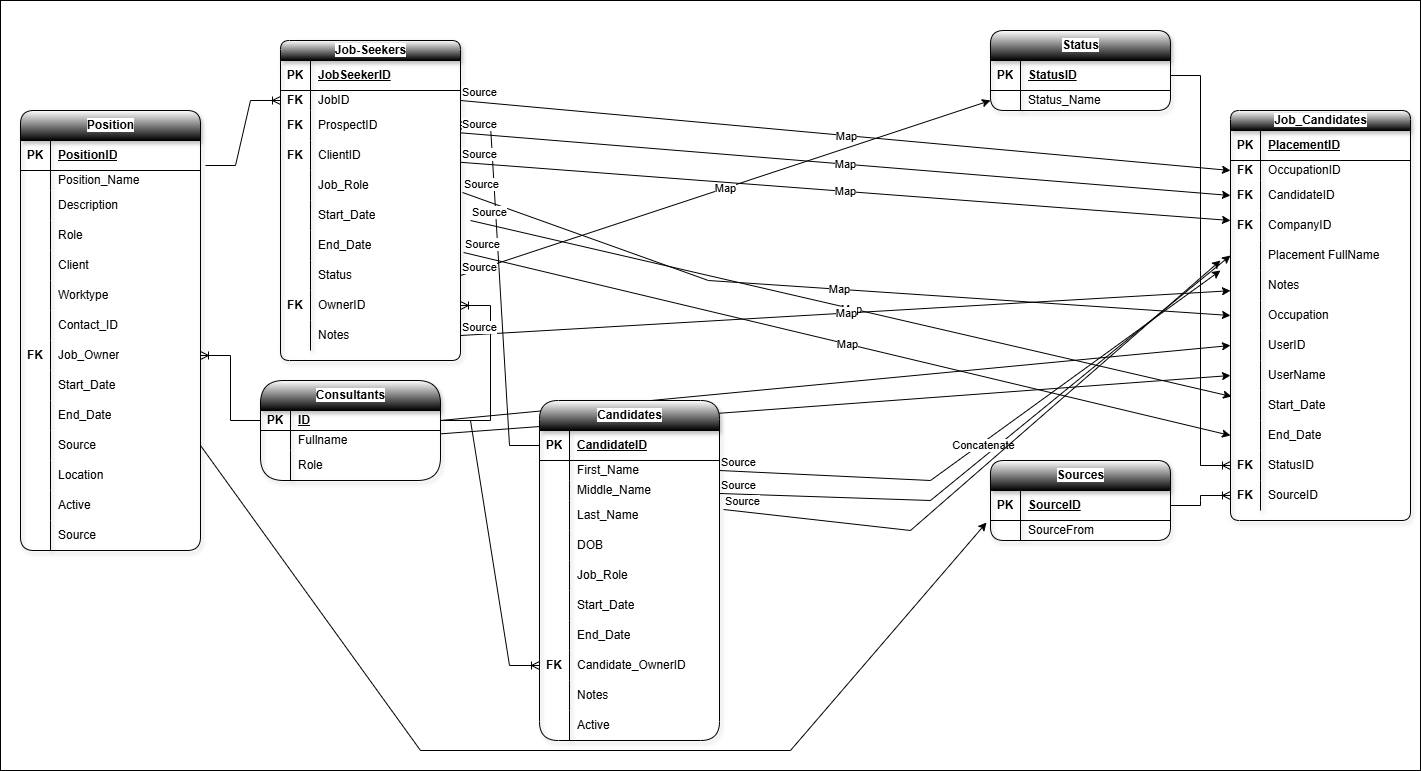
NayaDamptey/SQL-Data-Mapping-MetaData-Query keeps this draw.io diagram as SQL Mapping.drawio.png. Above is the earlier version. Source tidied: cells renumbered, new cells last; positions are measured from the earlier drawing's top-left corner, leaving out a move shared by most shapes.
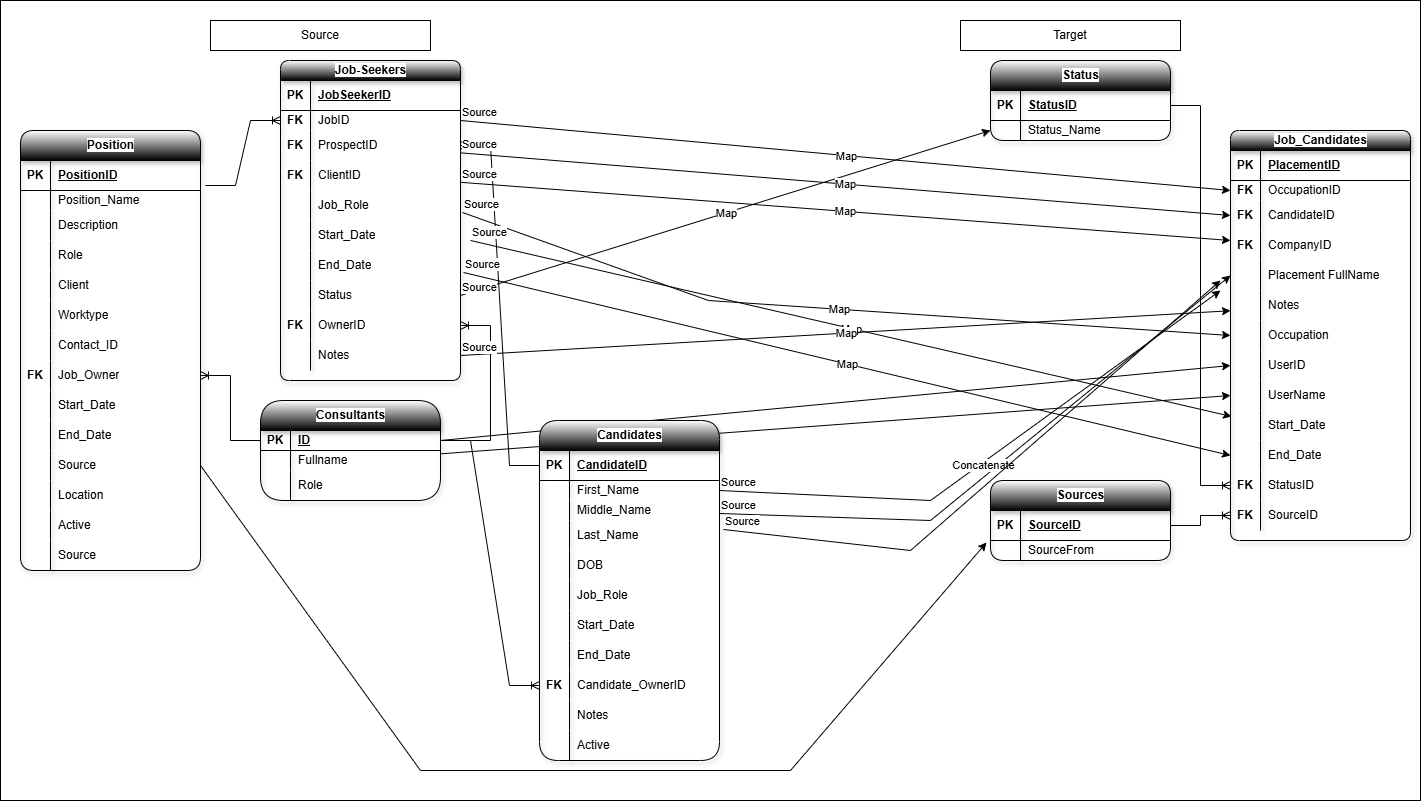
Above is the later version.

Diff of the diagram source:
```diff
@@ -3,7 +3,7 @@
     <mxCell id="0" />
     <mxCell id="1" parent="0" />
     <mxCell id="2" style="rounded=1;whiteSpace=wrap;html=1;shadow=0;glass=0;gradientColor=none;arcSize=0;" parent="1" vertex="1">
-      <mxGeometry width="1420" height="770" as="geometry" />
+      <mxGeometry y="-20" width="1420" height="800" as="geometry" />
     </mxCell>
     <mxCell id="3" style="edgeStyle=entityRelationEdgeStyle;fontSize=12;html=1;endArrow=ERoneToMany;rounded=0;" parent="1" edge="1" source="188" target="62">
       <mxGeometry relative="1" as="geometry">
@@ -468,7 +468,7 @@
       <mxGeometry x="30" width="150" height="30" as="geometry" />
     </mxCell>
     <mxCell id="140" value="&lt;span style=&quot;background-color: rgb(255, 255, 255);&quot;&gt;Status&lt;/span&gt;" style="shape=table;startSize=30;rowLines=0;fontStyle=1;align=center;html=1;rounded=1;shadow=1;swimlaneFillColor=none;gradientColor=default;" parent="1" vertex="1">
-      <mxGeometry x="990" y="30" width="180" height="80" as="geometry" />
+      <mxGeometry x="990" y="40" width="180" height="80" as="geometry" />
     </mxCell>
     <mxCell id="141" style="shape=tableRow;horizontal=0;startSize=0;swimlaneHead=0;swimlaneBody=0;fillColor=none;points=[[0,0.5],[1,0.5]];portConstraint=eastwest;top=0;left=0;right=0;bottom=1;" parent="140" vertex="1">
       <mxGeometry y="30" width="180" height="30" as="geometry" />
@@ -748,5 +748,11 @@
     <mxCell id="223" value="Source" style="edgeLabel;html=1;align=left;verticalAlign=bottom;" parent="221" vertex="1">
       <mxGeometry x="-1" relative="1" as="geometry" />
     </mxCell>
+    <mxCell id="224" value="Source" style="rounded=0;whiteSpace=wrap;html=1;" parent="1" vertex="1">
+      <mxGeometry x="210" width="220" height="30" as="geometry" />
+    </mxCell>
+    <mxCell id="225" value="Target" style="rounded=0;whiteSpace=wrap;html=1;" parent="1" vertex="1">
+      <mxGeometry x="960" width="220" height="30" as="geometry" />
+    </mxCell>
   </root>
 </mxGraphModel>
```
